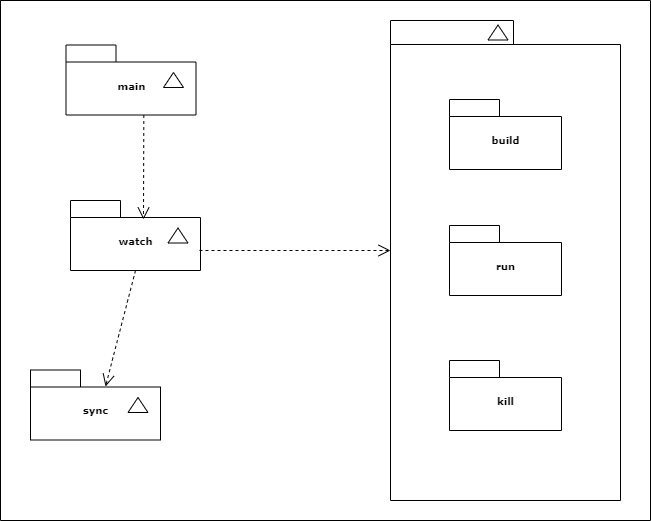
Earlier version of the draw.io export go-server-browser-reload.png (AlexanderBrese/gomon). Source tidied: cells renumbered, new cells last; positions are measured from the earlier drawing's top-left corner, leaving out a move shared by most shapes.
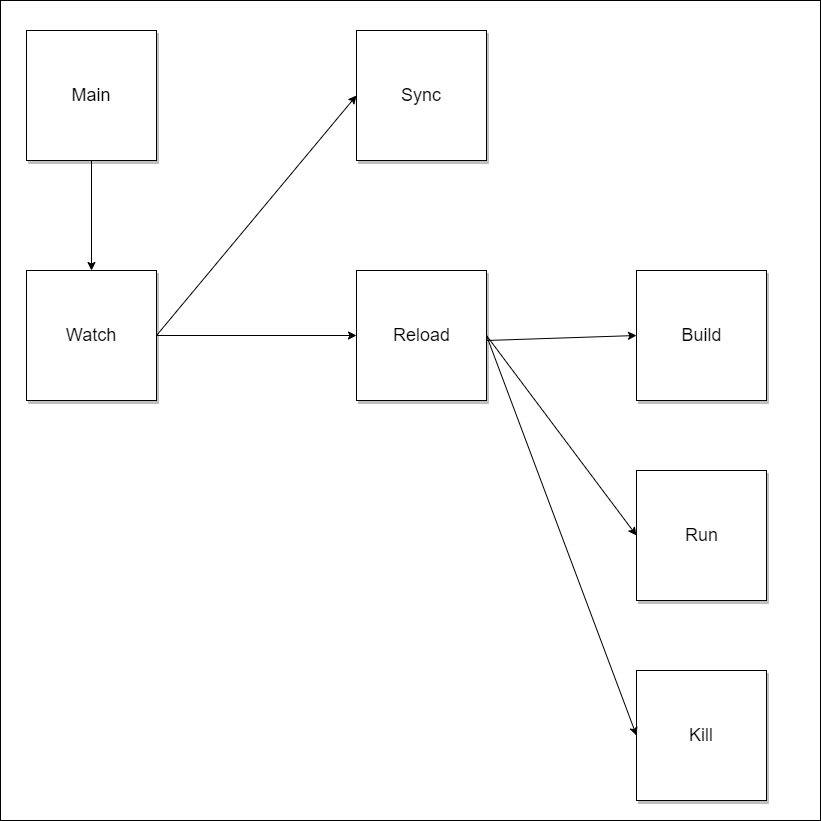
After the commit.

What changed in the source:
```diff
@@ -2,69 +2,69 @@
   <root>
     <mxCell id="0" />
     <mxCell id="1" parent="0" />
-    <mxCell id="2" style="shape=folder;fontStyle=1;spacingTop=10;tabWidth=0;tabHeight=0;tabPosition=left;html=1;rounded=0;shadow=0;comic=0;labelBackgroundColor=none;strokeWidth=1;fillColor=none;fontFamily=Verdana;fontSize=10;align=center;" parent="1" vertex="1">
-      <mxGeometry width="650" height="520" as="geometry" />
-    </mxCell>
-    <mxCell id="3" style="group;" parent="1" vertex="1">
-      <mxGeometry x="65.5" y="44.5" width="130" height="70" as="geometry" />
-    </mxCell>
-    <mxCell id="4" value="main" style="shape=folder;fontStyle=1;spacingTop=10;tabWidth=50;tabHeight=17;tabPosition=left;html=1;rounded=0;shadow=0;comic=0;labelBackgroundColor=none;strokeWidth=1;fontFamily=Verdana;fontSize=10;align=center;" parent="3" vertex="1">
-      <mxGeometry width="130" height="70" as="geometry" />
-    </mxCell>
-    <mxCell id="5" style="triangle;whiteSpace=wrap;html=1;rounded=0;shadow=0;comic=0;labelBackgroundColor=none;strokeWidth=1;fontFamily=Verdana;fontSize=10;align=center;rotation=-90;" parent="3" vertex="1">
-      <mxGeometry x="100" y="25" width="15" height="20" as="geometry" />
-    </mxCell>
-    <mxCell id="6" style="group;" parent="1" vertex="1">
-      <mxGeometry x="390" y="20" width="230" height="480" as="geometry" />
-    </mxCell>
-    <mxCell id="7" style="group;" parent="6" vertex="1">
-      <mxGeometry width="230" height="480" as="geometry" />
-    </mxCell>
-    <mxCell id="8" style="shape=folder;fontStyle=1;spacingTop=10;tabWidth=123;tabHeight=24;tabPosition=left;html=1;rounded=0;shadow=0;comic=0;labelBackgroundColor=none;strokeWidth=1;fontFamily=Verdana;fontSize=10;align=center;" parent="7" vertex="1">
-      <mxGeometry width="230" height="480" as="geometry" />
-    </mxCell>
-    <mxCell id="9" style="triangle;whiteSpace=wrap;html=1;rounded=0;shadow=0;comic=0;labelBackgroundColor=none;strokeWidth=1;fontFamily=Verdana;fontSize=10;align=center;rotation=-90;" parent="7" vertex="1">
-      <mxGeometry x="100" y="2" width="15" height="20" as="geometry" />
-    </mxCell>
-    <mxCell id="10" value="build" style="shape=folder;fontStyle=1;spacingTop=10;tabWidth=50;tabHeight=17;tabPosition=left;html=1;rounded=0;shadow=0;comic=0;labelBackgroundColor=none;strokeWidth=1;fontFamily=Verdana;fontSize=10;align=center;" parent="7" vertex="1">
-      <mxGeometry x="59" y="79" width="112" height="70" as="geometry" />
-    </mxCell>
-    <mxCell id="11" value="run" style="shape=folder;fontStyle=1;spacingTop=10;tabWidth=50;tabHeight=17;tabPosition=left;html=1;rounded=0;shadow=0;comic=0;labelBackgroundColor=none;strokeWidth=1;fontFamily=Verdana;fontSize=10;align=center;" parent="7" vertex="1">
-      <mxGeometry x="59" y="205" width="112" height="70" as="geometry" />
-    </mxCell>
-    <mxCell id="12" value="kill" style="shape=folder;fontStyle=1;spacingTop=10;tabWidth=50;tabHeight=17;tabPosition=left;html=1;rounded=0;shadow=0;comic=0;labelBackgroundColor=none;strokeWidth=1;fontFamily=Verdana;fontSize=10;align=center;" parent="7" vertex="1">
-      <mxGeometry x="59" y="340" width="112" height="70" as="geometry" />
-    </mxCell>
-    <mxCell id="13" style="group;" parent="1" vertex="1">
-      <mxGeometry x="70" y="200" width="130" height="70" as="geometry" />
-    </mxCell>
-    <mxCell id="14" value="watch" style="shape=folder;fontStyle=1;spacingTop=10;tabWidth=50;tabHeight=17;tabPosition=left;html=1;rounded=0;shadow=0;comic=0;labelBackgroundColor=none;strokeWidth=1;fontFamily=Verdana;fontSize=10;align=center;" parent="13" vertex="1">
-      <mxGeometry width="130" height="70" as="geometry" />
-    </mxCell>
-    <mxCell id="15" style="triangle;whiteSpace=wrap;html=1;rounded=0;shadow=0;comic=0;labelBackgroundColor=none;strokeWidth=1;fontFamily=Verdana;fontSize=10;align=center;rotation=-90;" parent="13" vertex="1">
-      <mxGeometry x="100" y="25" width="15" height="20" as="geometry" />
-    </mxCell>
-    <mxCell id="16" style="group;" parent="1" vertex="1">
-      <mxGeometry x="30" y="369.5" width="130" height="70" as="geometry" />
-    </mxCell>
-    <mxCell id="17" value="sync" style="shape=folder;fontStyle=1;spacingTop=10;tabWidth=50;tabHeight=17;tabPosition=left;html=1;rounded=0;shadow=0;comic=0;labelBackgroundColor=none;strokeWidth=1;fontFamily=Verdana;fontSize=10;align=center;" parent="16" vertex="1">
-      <mxGeometry width="130" height="70" as="geometry" />
-    </mxCell>
-    <mxCell id="18" style="triangle;whiteSpace=wrap;html=1;rounded=0;shadow=0;comic=0;labelBackgroundColor=none;strokeWidth=1;fontFamily=Verdana;fontSize=10;align=center;rotation=-90;" parent="16" vertex="1">
-      <mxGeometry x="100" y="25" width="15" height="20" as="geometry" />
-    </mxCell>
-    <mxCell id="19" style="rounded=0;html=1;dashed=1;labelBackgroundColor=none;startFill=0;endArrow=open;endFill=0;endSize=10;fontFamily=Verdana;fontSize=10;entryX=0.562;entryY=0.271;entryPerimeter=0;edgeStyle=elbowEdgeStyle;entryDx=0;entryDy=0;" parent="1" edge="1" target="14">
-      <mxGeometry relative="1" as="geometry">
-        <mxPoint x="143.3" y="114.5" as="sourcePoint" />
-      </mxGeometry>
-    </mxCell>
-    <mxCell id="20" style="edgeStyle=none;rounded=0;html=1;entryX=0.577;entryY=0.236;entryPerimeter=0;dashed=1;labelBackgroundColor=none;startFill=0;endArrow=open;endFill=0;endSize=10;fontFamily=Verdana;fontSize=10;exitX=0.5;exitY=1;exitDx=0;exitDy=0;exitPerimeter=0;entryDx=0;entryDy=0;" parent="1" edge="1" source="14" target="17">
-      <mxGeometry relative="1" as="geometry" />
-    </mxCell>
-    <mxCell id="21" style="edgeStyle=none;rounded=0;html=1;dashed=1;labelBackgroundColor=none;startFill=0;endArrow=open;endFill=0;endSize=10;fontFamily=Verdana;fontSize=10;exitX=0.992;exitY=0.714;exitPerimeter=0;exitDx=0;exitDy=0;" parent="1" edge="1" source="14">
-      <mxGeometry relative="1" as="geometry">
-        <mxPoint x="390" y="250" as="targetPoint" />
-      </mxGeometry>
-    </mxCell>
+    <mxCell id="22" style="whiteSpace=wrap;html=1;" parent="1" vertex="1">
+      <mxGeometry x="-696" y="-120" width="820" height="820" as="geometry" />
+    </mxCell>
+    <mxCell id="23" style="whiteSpace=wrap;html=1;shadow=1;" parent="1" vertex="1">
+      <mxGeometry x="-670" y="-90" width="130" height="130" as="geometry" />
+    </mxCell>
+    <mxCell id="24" value="&lt;font face=&quot;helvetica&quot;&gt;&lt;span style=&quot;font-size: 18px&quot;&gt;Watch&lt;/span&gt;&lt;/font&gt;" style="whiteSpace=wrap;html=1;shadow=1;" parent="1" vertex="1">
+      <mxGeometry x="-670" y="150" width="130" height="130" as="geometry" />
+    </mxCell>
+    <mxCell id="25" style="whiteSpace=wrap;html=1;shadow=1;" parent="1" vertex="1">
+      <mxGeometry x="-340" y="-90" width="130" height="130" as="geometry" />
+    </mxCell>
+    <mxCell id="26" style="whiteSpace=wrap;html=1;shadow=1;" parent="1" vertex="1">
+      <mxGeometry x="-340" y="150" width="130" height="130" as="geometry" />
+    </mxCell>
+    <mxCell id="27" style="whiteSpace=wrap;html=1;shadow=1;" parent="1" vertex="1">
+      <mxGeometry x="-60" y="150" width="130" height="130" as="geometry" />
+    </mxCell>
+    <mxCell id="28" style="whiteSpace=wrap;html=1;shadow=1;" parent="1" vertex="1">
+      <mxGeometry x="-60" y="350" width="130" height="130" as="geometry" />
+    </mxCell>
+    <mxCell id="29" style="whiteSpace=wrap;html=1;shadow=1;" parent="1" vertex="1">
+      <mxGeometry x="-60" y="550" width="130" height="130" as="geometry" />
+    </mxCell>
+    <mxCell id="30" style="endArrow=classic;html=1;exitX=0.5;exitY=1;exitDx=0;exitDy=0;entryX=0.5;entryY=0;entryDx=0;entryDy=0;" parent="1" edge="1" source="23" target="24">
+      <mxGeometry relative="1" as="geometry" />
+    </mxCell>
+    <mxCell id="31" style="endArrow=classic;html=1;entryX=0;entryY=0.5;entryDx=0;entryDy=0;exitX=1;exitY=0.5;exitDx=0;exitDy=0;" parent="1" edge="1" source="24" target="25">
+      <mxGeometry relative="1" as="geometry" />
+    </mxCell>
+    <mxCell id="32" style="endArrow=classic;html=1;entryX=0;entryY=0.5;entryDx=0;entryDy=0;" parent="1" edge="1" target="26">
+      <mxGeometry relative="1" as="geometry">
+        <mxPoint x="-540" y="215" as="sourcePoint" />
+      </mxGeometry>
+    </mxCell>
+    <mxCell id="33" style="endArrow=classic;html=1;entryX=0;entryY=0.5;entryDx=0;entryDy=0;" parent="1" edge="1" target="27">
+      <mxGeometry relative="1" as="geometry">
+        <mxPoint x="-210" y="220" as="sourcePoint" />
+      </mxGeometry>
+    </mxCell>
+    <mxCell id="34" style="endArrow=classic;html=1;entryX=0;entryY=0.5;entryDx=0;entryDy=0;exitX=1;exitY=0.5;exitDx=0;exitDy=0;" parent="1" edge="1" source="26" target="28">
+      <mxGeometry relative="1" as="geometry" />
+    </mxCell>
+    <mxCell id="35" style="endArrow=classic;html=1;entryX=0;entryY=0.5;entryDx=0;entryDy=0;exitX=1;exitY=0.5;exitDx=0;exitDy=0;" parent="1" edge="1" source="26" target="29">
+      <mxGeometry relative="1" as="geometry" />
+    </mxCell>
+    <mxCell id="36" value="&lt;font style=&quot;font-size: 18px&quot;&gt;Main&lt;/font&gt;" style="text;html=1;strokeColor=none;fillColor=none;align=center;verticalAlign=middle;whiteSpace=wrap;rounded=0;shadow=1;" parent="1" vertex="1">
+      <mxGeometry x="-625" y="-35" width="40" height="20" as="geometry" />
+    </mxCell>
+    <mxCell id="37" value="&lt;font style=&quot;font-size: 18px&quot;&gt;Sync&lt;/font&gt;" style="text;html=1;strokeColor=none;fillColor=none;align=center;verticalAlign=middle;whiteSpace=wrap;rounded=0;shadow=1;" parent="1" vertex="1">
+      <mxGeometry x="-295" y="-35" width="40" height="20" as="geometry" />
+    </mxCell>
+    <mxCell id="38" value="&lt;font style=&quot;font-size: 18px&quot;&gt;Reload&lt;/font&gt;" style="text;html=1;strokeColor=none;fillColor=none;align=center;verticalAlign=middle;whiteSpace=wrap;rounded=0;shadow=1;" parent="1" vertex="1">
+      <mxGeometry x="-312.5" y="197.5" width="75" height="35" as="geometry" />
+    </mxCell>
+    <mxCell id="39" value="&lt;font style=&quot;font-size: 18px&quot;&gt;Build&lt;/font&gt;" style="text;html=1;strokeColor=none;fillColor=none;align=center;verticalAlign=middle;whiteSpace=wrap;rounded=0;shadow=1;" parent="1" vertex="1">
+      <mxGeometry x="-22.5" y="202.5" width="55" height="25" as="geometry" />
+    </mxCell>
+    <mxCell id="40" value="&lt;font style=&quot;font-size: 18px&quot;&gt;Run&lt;/font&gt;" style="text;html=1;strokeColor=none;fillColor=none;align=center;verticalAlign=middle;whiteSpace=wrap;rounded=0;shadow=1;" parent="1" vertex="1">
+      <mxGeometry x="-17.5" y="402.5" width="45" height="25" as="geometry" />
+    </mxCell>
+    <mxCell id="41" value="&lt;font style=&quot;font-size: 18px&quot;&gt;Kill&lt;/font&gt;" style="text;html=1;strokeColor=none;fillColor=none;align=center;verticalAlign=middle;whiteSpace=wrap;rounded=0;shadow=1;" parent="1" vertex="1">
+      <mxGeometry x="-15" y="605" width="40" height="20" as="geometry" />
+    </mxCell>
   </root>
 </mxGraphModel>
```
